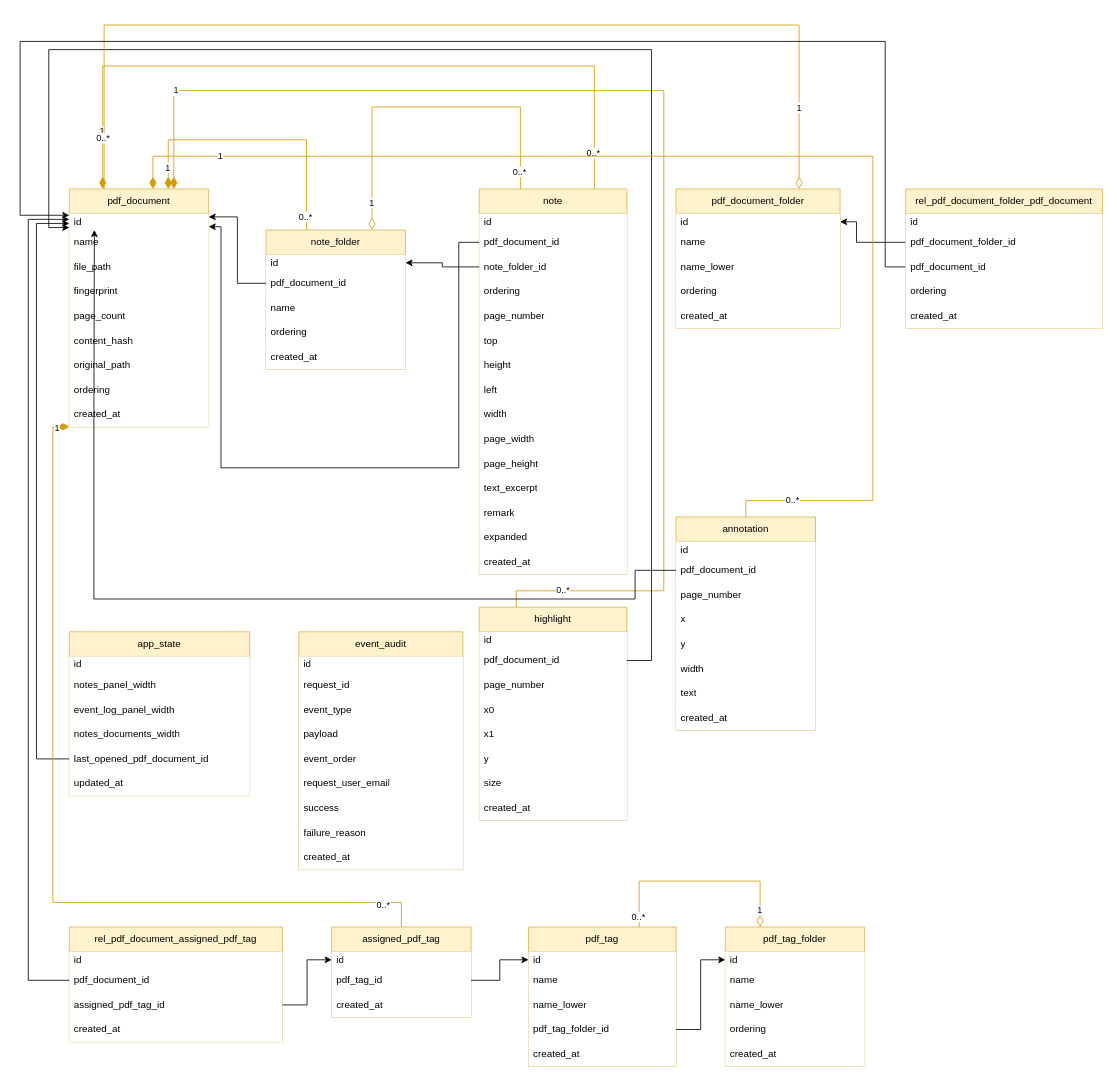
Above: backend/prisma/draw.io/schema.drawio in machingclee/focusable-pdf-reader (draw.io), before the change. Source tidied: cells renumbered, new cells numbered last; positions are measured from the earlier drawing's top-left corner, leaving out a move shared by most shapes. Both pictures are drawn from the tidied source at 82%, with x=0, y=0 at pixel (20, 25).
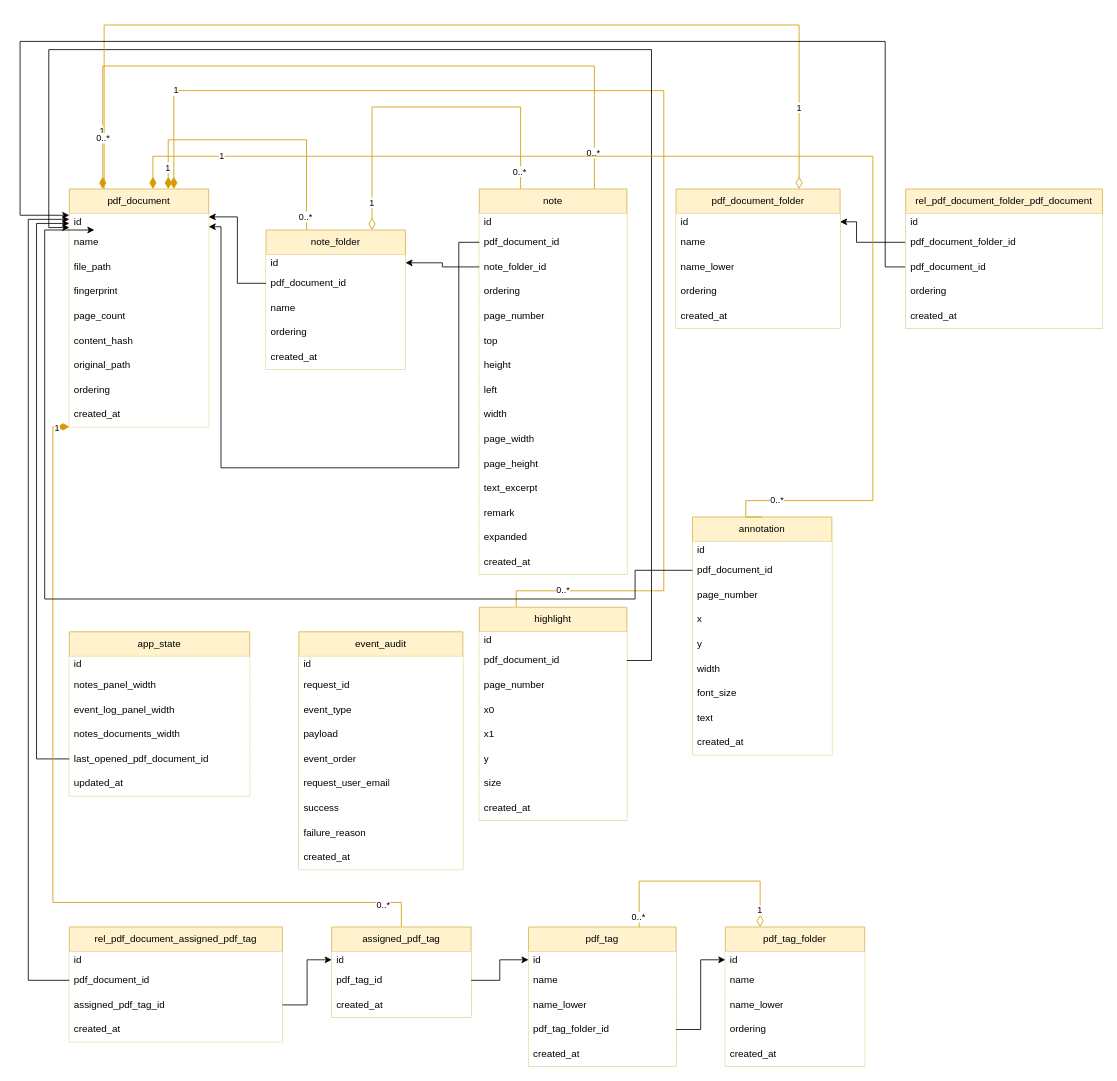
The same diagram, later.

Unchanged cells that the change refers to:
```xml
<mxCell id="15" value="id" style="text;align=left;verticalAlign=middle;spacingLeft=4;spacingRight=4;overflow=hidden;points=[[0,0.5],[1,0.5]];portConstraint=eastwest;whiteSpace=wrap;html=1;fillColor=default;" parent="14" vertex="1">
  <mxGeometry y="30" width="170" height="20" as="geometry" />
</mxCell>
<mxCell id="127" value="pdf_document_id" style="text;align=left;verticalAlign=middle;spacingLeft=4;spacingRight=4;overflow=hidden;points=[[0,0.5],[1,0.5]];portConstraint=eastwest;whiteSpace=wrap;html=1;fillColor=default;" parent="125" vertex="1">
  <mxGeometry y="50" width="170" height="30" as="geometry" />
</mxCell>
```

The edit, as a diff of the source:
```diff
@@
     <mxCell id="125" value="annotation" style="swimlane;fontStyle=0;horizontal=1;startSize=30;whiteSpace=wrap;html=1;fillColor=#fff2cc;strokeColor=#d6b656;" parent="1" vertex="1">
-      <mxGeometry x="800" y="600" width="170" height="260" as="geometry" />
+      <mxGeometry x="820" y="600" width="170" height="290" as="geometry" />
     </mxCell>
@@
+    <mxCell id="138" value="font_size" style="text;align=left;verticalAlign=middle;spacingLeft=4;spacingRight=4;overflow=hidden;whiteSpace=wrap;html=1;fillColor=default;" parent="125" vertex="1">
+      <mxGeometry y="200" width="170" height="30" as="geometry" />
+    </mxCell>
     <mxCell id="132" value="text" style="text;align=left;verticalAlign=middle;spacingLeft=4;spacingRight=4;overflow=hidden;whiteSpace=wrap;html=1;fillColor=default;" parent="125" vertex="1">
-      <mxGeometry y="200" width="170" height="30" as="geometry" />
+      <mxGeometry y="230" width="170" height="30" as="geometry" />
     </mxCell>
     <mxCell id="133" value="created_at" style="text;align=left;verticalAlign=middle;spacingLeft=4;spacingRight=4;overflow=hidden;whiteSpace=wrap;html=1;fillColor=default;" parent="125" vertex="1">
-      <mxGeometry y="230" width="170" height="30" as="geometry" />
+      <mxGeometry y="260" width="170" height="30" as="geometry" />
     </mxCell>
@@
     <mxCell id="137" style="edgeStyle=orthogonalEdgeStyle;rounded=0;jettySize=auto;html=1;exitX=0;exitY=0.5;exitDx=0;exitDy=0;entryX=0.18;entryY=1;entryDx=0;entryDy=0;" parent="1" edge="1" source="127" target="15">
-      <mxGeometry relative="1" as="geometry">
+      <mxGeometry x="-0.09" relative="1" as="geometry">
         <Array as="points">
           <mxPoint x="750" y="665" />
           <mxPoint x="750" y="700" />
-          <mxPoint x="90" y="700" />
-          <mxPoint x="90" y="490" />
+          <mxPoint x="30" y="700" />
+          <mxPoint x="30" y="250" />
         </Array>
       </mxGeometry>
     </mxCell>
```
